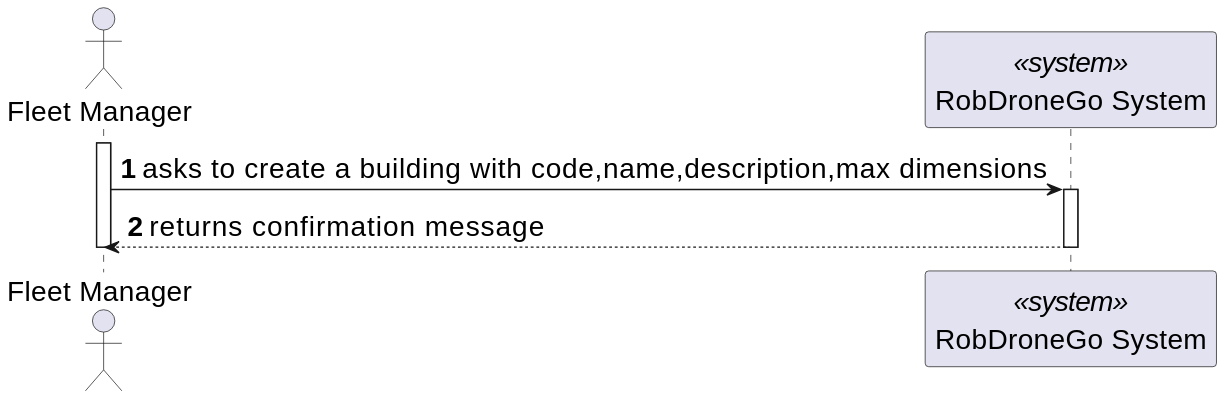
Earlier version of the PlantUML export _wiki/sprint-a/us18-350/views/level-1/assets/process-view.svg (miseEnPlace-dev/lapr5).
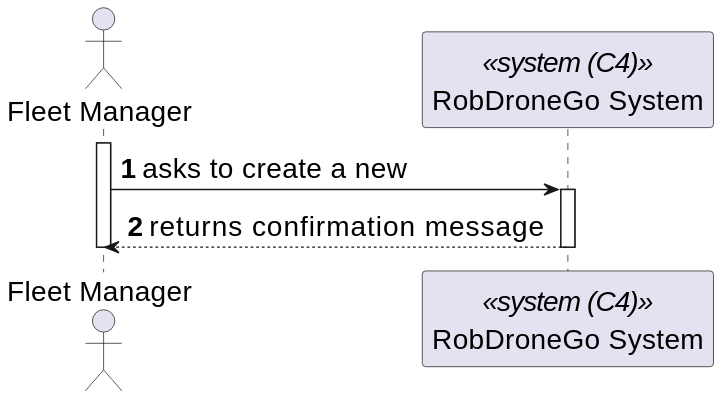
After the change.

Change to the diagram source:
```diff
@@ -3,11 +3,11 @@
 autonumber
 
 actor FM as "Fleet Manager"
-participant SYS as "RobDroneGo System" <<system>>
+participant SYS as "RobDroneGo System" <<system (C4)>>
 
 activate FM
 
-FM -> SYS : asks to create a building with code,name,description,max dimensions
+FM -> SYS : asks to create a new
 activate SYS
 
 FM <-- SYS : returns confirmation message
```
